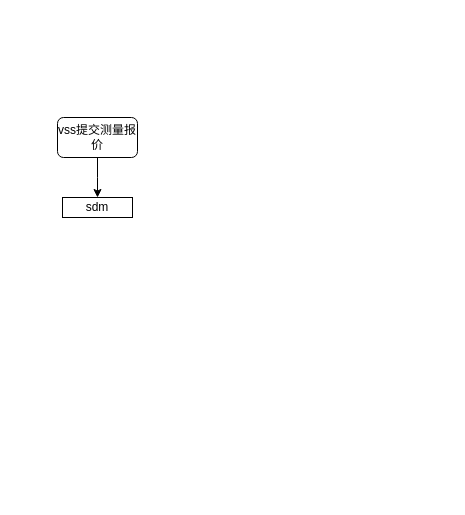
Earlier version of the draw.io diagram 采购单算价逻辑.drawio (jiangtao2048/diagrams). Source tidied: cells renumbered, new cells numbered last; positions are measured from the earlier drawing's top-left corner, leaving out a move shared by most shapes. Both pictures are drawn from the tidied source at 100%, with x=0, y=0 at pixel (57, 117).
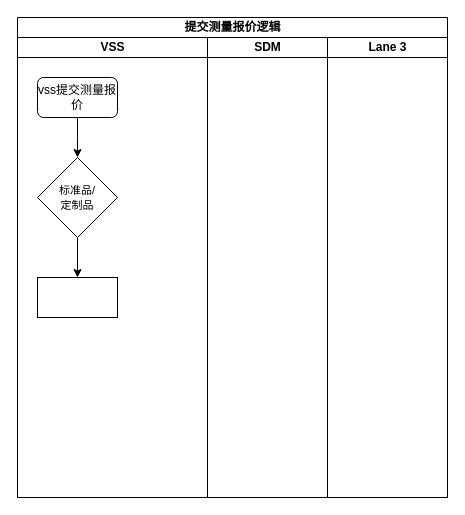
The same page after the edit.

Commit message:
更新采购单算价逻辑.drawio

Diff of the diagram source:
```diff
@@
 <mxGraphModel>
   <root>
     <mxCell id="0" />
     <mxCell id="1" parent="0" />
+    <mxCell id="5" value="提交测量报价逻辑" style="swimlane;startSize=20;html=1;" parent="1" vertex="1">
+      <mxGeometry x="-40" y="-100" width="430" height="480" as="geometry" />
+    </mxCell>
+    <mxCell id="6" value="VSS" style="swimlane;startSize=20;html=1;" parent="5" vertex="1">
+      <mxGeometry y="20" width="190" height="460" as="geometry" />
+    </mxCell>
-    <mxCell id="2" style="edgeStyle=orthogonalEdgeStyle;rounded=0;jettySize=auto;html=1;" parent="1" edge="1" source="3">
+    <mxCell id="2" style="edgeStyle=orthogonalEdgeStyle;rounded=0;jettySize=auto;html=1;" parent="6" edge="1" source="3">
       <mxGeometry relative="1" as="geometry">
-        <mxPoint x="40" y="80" as="targetPoint" />
+        <mxPoint x="60" y="120" as="targetPoint" />
       </mxGeometry>
     </mxCell>
-    <mxCell id="3" value="vss提交测量报价" style="rounded=1;whiteSpace=wrap;html=1;" parent="1" vertex="1">
-      <mxGeometry width="80" height="40" as="geometry" />
+    <mxCell id="3" value="vss提交测量报价" style="rounded=1;whiteSpace=wrap;html=1;" parent="6" vertex="1">
+      <mxGeometry x="20" y="40" width="80" height="40" as="geometry" />
     </mxCell>
-    <mxCell id="4" value="sdm" style="rounded=0;whiteSpace=wrap;html=1;" parent="1" vertex="1">
-      <mxGeometry x="5" y="80" width="70" height="20" as="geometry" />
-    </mxCell>
+    <mxCell id="7" value="&lt;font style=&quot;font-size: 11px;&quot;&gt;标准品/&lt;br style=&quot;font-size: 11px;&quot;&gt;定制品&lt;/font&gt;" style="rhombus;whiteSpace=wrap;html=1;" parent="6" vertex="1">
+      <mxGeometry x="20" y="120" width="80" height="80" as="geometry" />
+    </mxCell>
+    <mxCell id="8" style="rounded=0;whiteSpace=wrap;html=1;" parent="6" vertex="1">
+      <mxGeometry x="20" y="240" width="80" height="40" as="geometry" />
+    </mxCell>
+    <mxCell id="9" style="edgeStyle=orthogonalEdgeStyle;rounded=0;jettySize=auto;html=1;exitX=0.5;exitY=1;exitDx=0;exitDy=0;" parent="6" edge="1" source="7" target="8">
+      <mxGeometry relative="1" as="geometry" />
+    </mxCell>
+    <mxCell id="10" value="SDM" style="swimlane;startSize=20;html=1;" parent="5" vertex="1">
+      <mxGeometry x="190" y="20" width="120" height="460" as="geometry" />
+    </mxCell>
+    <mxCell id="11" value="Lane 3" style="swimlane;startSize=20;html=1;" parent="5" vertex="1">
+      <mxGeometry x="310" y="20" width="120" height="460" as="geometry" />
+    </mxCell>
   </root>
 </mxGraphModel>
```
